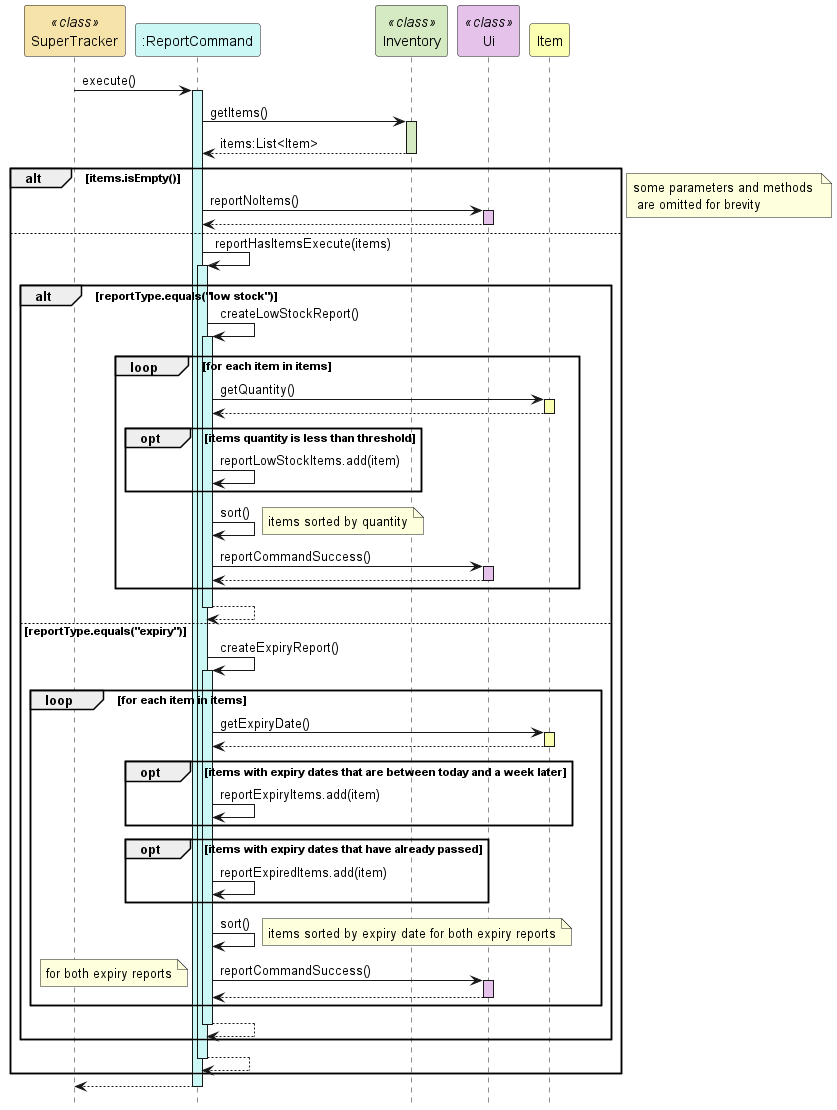
The PlantUML diagram docs/uml-diagrams/ReportCommandSequence.png in AY2324S2-CS2113-T13-4/tp, before a commit. Source of this version:
```plantuml
@startuml
hide footbox
participant "SuperTracker" as SuperTracker <<class>> #f5e3a9
participant ":ReportCommand" as ReportCommand #cbf7f4
participant "Inventory" as Inventory <<class>> #d5eac2
participant "Ui" as Ui <<class>> #e5c2ea
participant "Item" as Item #fbffb2

SuperTracker -> ReportCommand : execute()
activate ReportCommand #cbf7f4

ReportCommand -> Inventory : getItems()
activate Inventory #d5eac2
Inventory --> ReportCommand : items:List<Item>
deactivate Inventory

alt items.isEmpty()
    ReportCommand -> Ui : reportNoItems()
    activate Ui #e5c2ea
    Ui --> ReportCommand
    deactivate Ui

else
    ReportCommand -> ReportCommand : reportHasItemsExecute(items)
    activate ReportCommand #cbf7f4
    alt reportType.equals("low stock")
        ReportCommand -> ReportCommand : createLowStockReport()
        activate ReportCommand #cbf7f4
        loop for each item in items
            ReportCommand -> Item : getQuantity()
            activate Item #fbffb2
            Item --> ReportCommand
            deactivate Item
            opt items quantity is less than threshold
                ReportCommand -> ReportCommand : reportLowStockItems.add(item)
            end
            ReportCommand -> ReportCommand : sort()
            note right : items sorted by quantity
            ReportCommand -> Ui : reportCommandSuccess()
            activate Ui #e5c2ea
            Ui --> ReportCommand
            deactivate Ui
        end
        ReportCommand --> ReportCommand
        deactivate ReportCommand

    else reportType.equals("expiry")
        ReportCommand -> ReportCommand : createExpiryReport()
        activate ReportCommand #cbf7f4
        loop for each item in items
            ReportCommand -> Item : getExpiryDate()
            activate Item #fbffb2
            Item --> ReportCommand
            deactivate Item
            opt items with expiry dates that are between today and a week later
                ReportCommand -> ReportCommand : reportExpiryItems.add(item)
            end
            opt items with expiry dates that have already passed
                ReportCommand -> ReportCommand : reportExpiredItems.add(item)
            end
            ReportCommand -> ReportCommand : sort()
            note right : items sorted by expiry date for both expiry reports
            ReportCommand -> Ui : reportCommandSuccess()
            note left : for both expiry reports
            activate Ui #e5c2ea
            Ui --> ReportCommand
            deactivate Ui
        end

        ReportCommand --> ReportCommand
        deactivate ReportCommand
    end

    ReportCommand --> ReportCommand
    deactivate ReportCommand
end

note right : some parameters and methods \n are omitted for brevity

ReportCommand --> SuperTracker
deactivate ReportCommand

@enduml
```
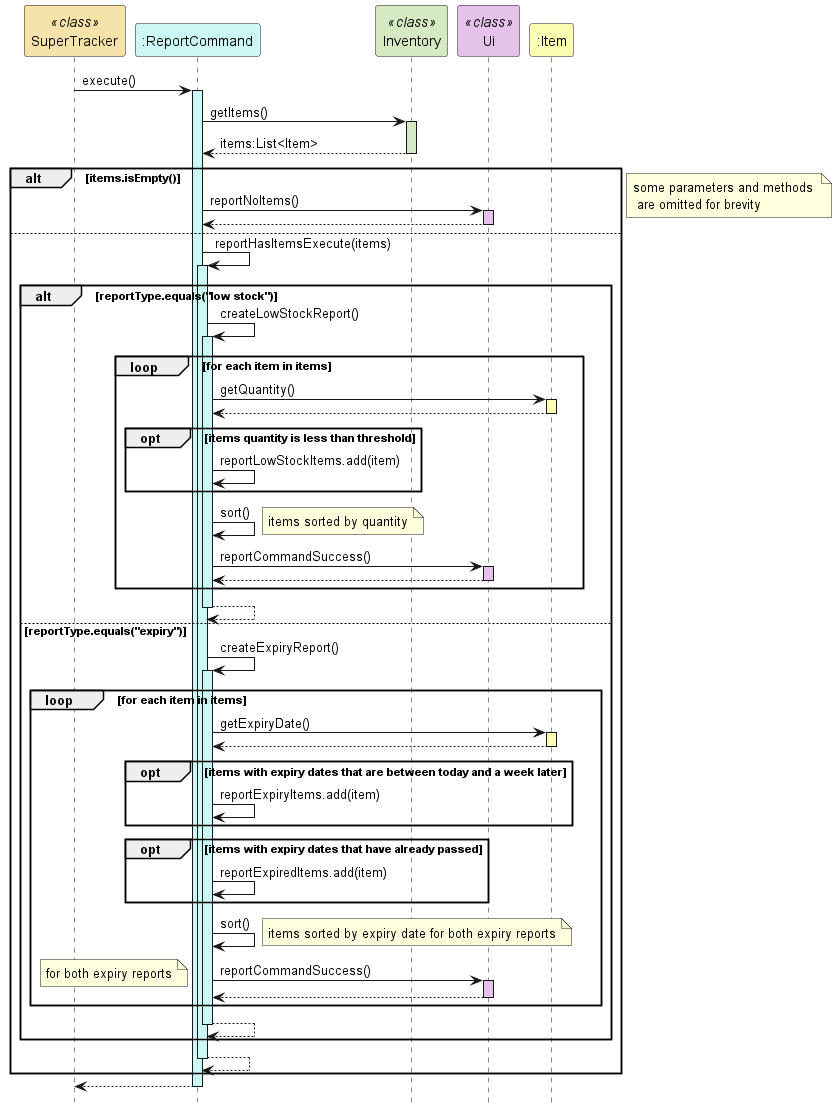
Above is the later version.

Commit message:
Fix report command sequence diagram

Change to the diagram source:
```diff
@@ -4,7 +4,7 @@
 participant ":ReportCommand" as ReportCommand #cbf7f4
 participant "Inventory" as Inventory <<class>> #d5eac2
 participant "Ui" as Ui <<class>> #e5c2ea
-participant "Item" as Item #fbffb2
+participant ":Item" as Item #fbffb2
 
 SuperTracker -> ReportCommand : execute()
 activate ReportCommand #cbf7f4
```
